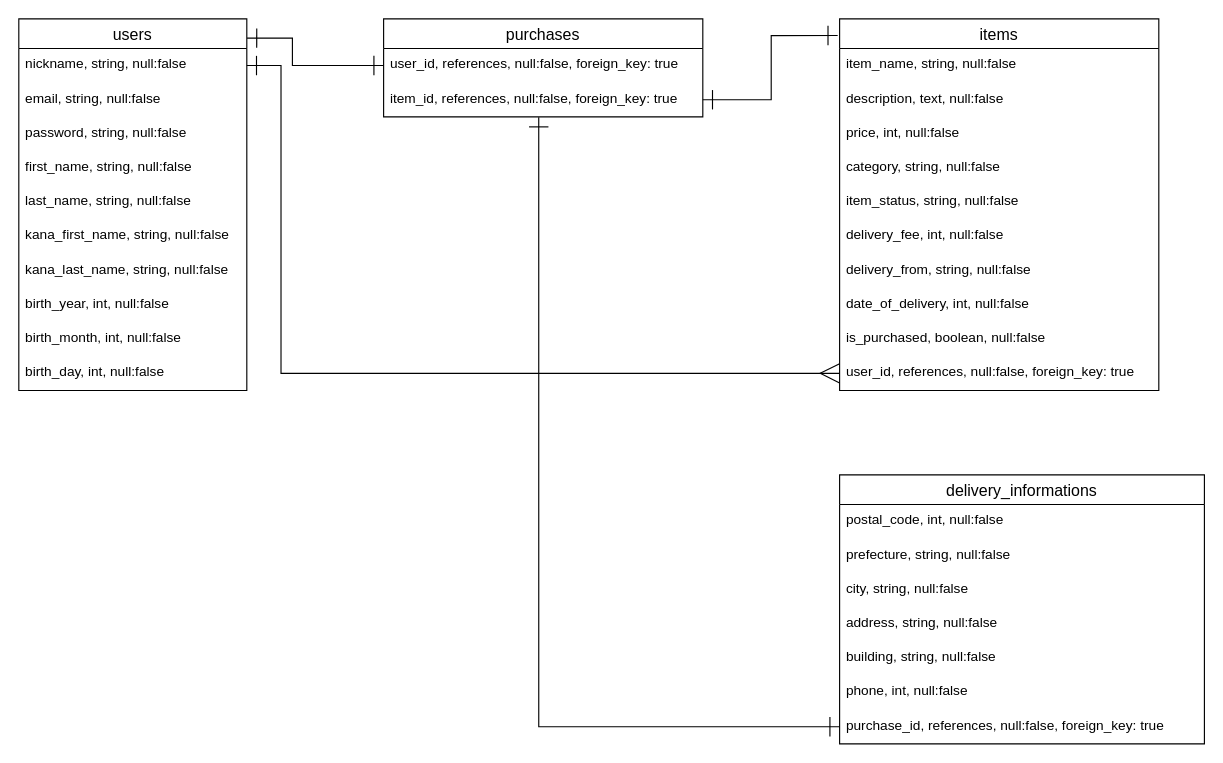
The draw.io diagram database_ER.dio in tomo1107/furima-35073, before the edit. Source tidied: cells renumbered, new cells numbered last; positions are measured from the earlier drawing's top-left corner, leaving out a move shared by most shapes. Both pictures are drawn from the tidied source at 114%, with x=0, y=0 at pixel (18, 18).
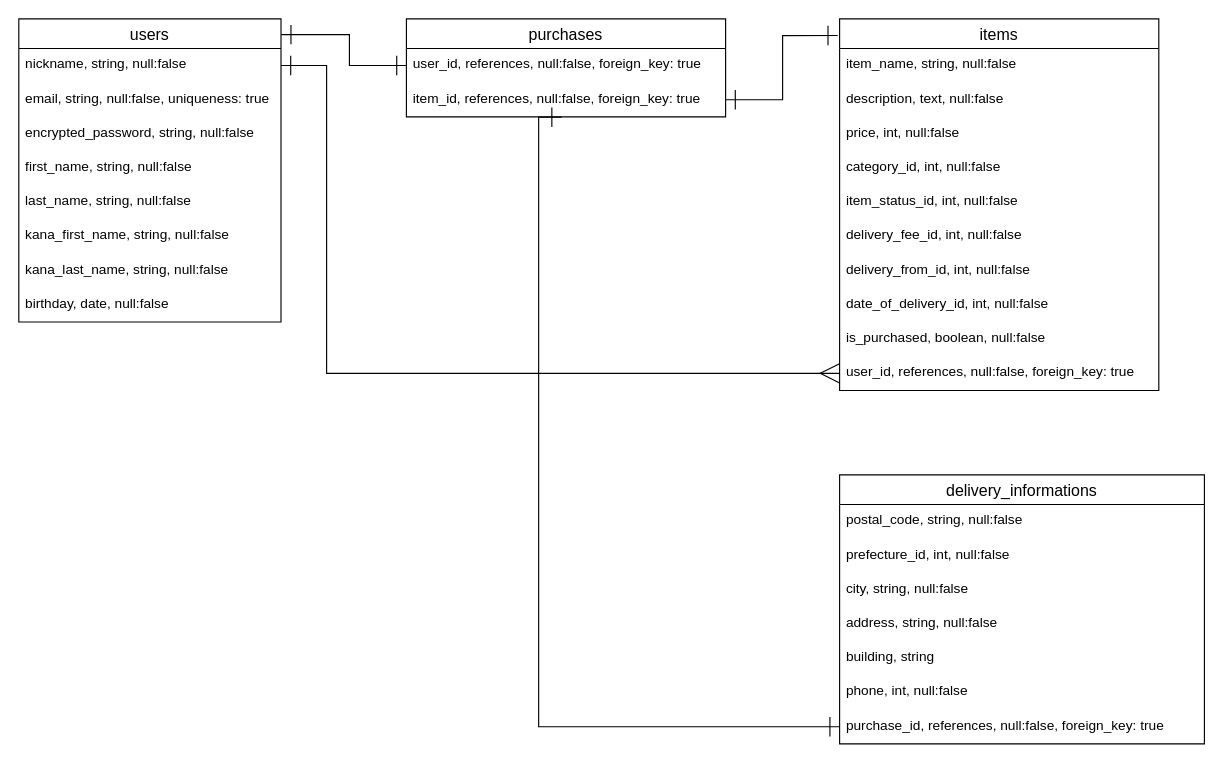
The same diagram, later.

The change refers to these unchanged cells:
```xml
<mxCell id="2" value="items" style="swimlane;fontStyle=0;horizontal=1;startSize=26;align=center;fontSize=14;" parent="1" vertex="1">
  <mxGeometry x="720" width="280" height="326" as="geometry" />
</mxCell>
<mxCell id="12" value="user_id, references, null:false, foreign_key: true" style="text;strokeColor=none;fillColor=none;spacingLeft=4;spacingRight=4;overflow=hidden;points=[[0,0.5],[1,0.5]];portConstraint=eastwest;fontSize=12;" parent="2" vertex="1">
  <mxGeometry y="296" width="280" height="30" as="geometry" />
</mxCell>
<mxCell id="24" value="delivery_informations" style="swimlane;fontStyle=0;horizontal=1;startSize=26;align=center;fontSize=14;" parent="1" vertex="1">
  <mxGeometry x="720" y="400" width="320" height="236" as="geometry" />
</mxCell>
<mxCell id="37" value="user_id, references, null:false, foreign_key: true" style="text;strokeColor=none;fillColor=none;spacingLeft=4;spacingRight=4;overflow=hidden;points=[[0,0.5],[1,0.5]];portConstraint=eastwest;fontSize=12;" parent="36" vertex="1">
  <mxGeometry y="26" width="280" height="30" as="geometry" />
</mxCell>
```

Diff of the diagram source:
```diff
@@
-    <mxCell id="6" value="category, string, null:false" style="text;strokeColor=none;fillColor=none;spacingLeft=4;spacingRight=4;overflow=hidden;fontSize=12;" parent="2" vertex="1">
+    <mxCell id="6" value="category_id, int, null:false" style="text;strokeColor=none;fillColor=none;spacingLeft=4;spacingRight=4;overflow=hidden;fontSize=12;" parent="2" vertex="1">
       <mxGeometry y="116" width="280" height="30" as="geometry" />
     </mxCell>
-    <mxCell id="7" value="item_status, string, null:false" style="text;strokeColor=none;fillColor=none;spacingLeft=4;spacingRight=4;overflow=hidden;fontSize=12;" parent="2" vertex="1">
+    <mxCell id="7" value="item_status_id, int, null:false" style="text;strokeColor=none;fillColor=none;spacingLeft=4;spacingRight=4;overflow=hidden;fontSize=12;" parent="2" vertex="1">
       <mxGeometry y="146" width="280" height="30" as="geometry" />
     </mxCell>
-    <mxCell id="8" value="delivery_fee, int, null:false" style="text;strokeColor=none;fillColor=none;spacingLeft=4;spacingRight=4;overflow=hidden;fontSize=12;" parent="2" vertex="1">
+    <mxCell id="8" value="delivery_fee_id, int, null:false" style="text;strokeColor=none;fillColor=none;spacingLeft=4;spacingRight=4;overflow=hidden;fontSize=12;" parent="2" vertex="1">
       <mxGeometry y="176" width="280" height="30" as="geometry" />
     </mxCell>
-    <mxCell id="9" value="delivery_from, string, null:false" style="text;strokeColor=none;fillColor=none;spacingLeft=4;spacingRight=4;overflow=hidden;fontSize=12;" parent="2" vertex="1">
+    <mxCell id="9" value="delivery_from_id, int, null:false" style="text;strokeColor=none;fillColor=none;spacingLeft=4;spacingRight=4;overflow=hidden;fontSize=12;" parent="2" vertex="1">
       <mxGeometry y="206" width="280" height="30" as="geometry" />
     </mxCell>
-    <mxCell id="10" value="date_of_delivery, int, null:false" style="text;strokeColor=none;fillColor=none;spacingLeft=4;spacingRight=4;overflow=hidden;fontSize=12;" parent="2" vertex="1">
+    <mxCell id="10" value="date_of_delivery_id, int, null:false" style="text;strokeColor=none;fillColor=none;spacingLeft=4;spacingRight=4;overflow=hidden;fontSize=12;" parent="2" vertex="1">
       <mxGeometry y="236" width="280" height="30" as="geometry" />
     </mxCell>
@@
     <mxCell id="13" value="users" style="swimlane;fontStyle=0;horizontal=1;startSize=26;align=center;fontSize=14;" parent="1" vertex="1">
-      <mxGeometry width="200" height="326" as="geometry" />
+      <mxGeometry width="230" height="266" as="geometry" />
     </mxCell>
     <mxCell id="14" value="nickname, string, null:false" style="text;strokeColor=none;fillColor=none;spacingLeft=4;spacingRight=4;overflow=hidden;points=[[0,0.5],[1,0.5]];portConstraint=eastwest;fontSize=12;" parent="13" vertex="1">
-      <mxGeometry y="26" width="200" height="30" as="geometry" />
+      <mxGeometry y="26" width="230" height="30" as="geometry" />
     </mxCell>
-    <mxCell id="15" value="email, string, null:false" style="text;strokeColor=none;fillColor=none;spacingLeft=4;spacingRight=4;overflow=hidden;fontSize=12;" parent="13" vertex="1">
-      <mxGeometry y="56" width="200" height="30" as="geometry" />
+    <mxCell id="15" value="email, string, null:false, uniqueness: true" style="text;strokeColor=none;fillColor=none;spacingLeft=4;spacingRight=4;overflow=hidden;fontSize=12;" parent="13" vertex="1">
+      <mxGeometry y="56" width="230" height="30" as="geometry" />
     </mxCell>
-    <mxCell id="16" value="password, string, null:false" style="text;strokeColor=none;fillColor=none;spacingLeft=4;spacingRight=4;overflow=hidden;fontSize=12;" parent="13" vertex="1">
-      <mxGeometry y="86" width="200" height="30" as="geometry" />
+    <mxCell id="16" value="encrypted_password, string, null:false" style="text;strokeColor=none;fillColor=none;spacingLeft=4;spacingRight=4;overflow=hidden;fontSize=12;" parent="13" vertex="1">
+      <mxGeometry y="86" width="230" height="30" as="geometry" />
     </mxCell>
     <mxCell id="17" value="first_name, string, null:false" style="text;strokeColor=none;fillColor=none;spacingLeft=4;spacingRight=4;overflow=hidden;fontSize=12;" parent="13" vertex="1">
-      <mxGeometry y="116" width="200" height="30" as="geometry" />
+      <mxGeometry y="116" width="230" height="30" as="geometry" />
     </mxCell>
     <mxCell id="18" value="last_name, string, null:false" style="text;strokeColor=none;fillColor=none;spacingLeft=4;spacingRight=4;overflow=hidden;fontSize=12;" parent="13" vertex="1">
-      <mxGeometry y="146" width="200" height="30" as="geometry" />
+      <mxGeometry y="146" width="230" height="30" as="geometry" />
     </mxCell>
     <mxCell id="19" value="kana_first_name, string, null:false" style="text;strokeColor=none;fillColor=none;spacingLeft=4;spacingRight=4;overflow=hidden;fontSize=12;" parent="13" vertex="1">
-      <mxGeometry y="176" width="200" height="30" as="geometry" />
+      <mxGeometry y="176" width="230" height="30" as="geometry" />
     </mxCell>
     <mxCell id="20" value="kana_last_name, string, null:false" style="text;strokeColor=none;fillColor=none;spacingLeft=4;spacingRight=4;overflow=hidden;fontSize=12;" parent="13" vertex="1">
-      <mxGeometry y="206" width="200" height="30" as="geometry" />
+      <mxGeometry y="206" width="230" height="30" as="geometry" />
     </mxCell>
-    <mxCell id="21" value="birth_year, int, null:false" style="text;strokeColor=none;fillColor=none;spacingLeft=4;spacingRight=4;overflow=hidden;fontSize=12;" parent="13" vertex="1">
-      <mxGeometry y="236" width="200" height="30" as="geometry" />
-    </mxCell>
-    <mxCell id="22" value="birth_month, int, null:false" style="text;strokeColor=none;fillColor=none;spacingLeft=4;spacingRight=4;overflow=hidden;fontSize=12;" parent="13" vertex="1">
-      <mxGeometry y="266" width="200" height="30" as="geometry" />
-    </mxCell>
-    <mxCell id="23" value="birth_day, int, null:false" style="text;strokeColor=none;fillColor=none;spacingLeft=4;spacingRight=4;overflow=hidden;fontSize=12;" parent="13" vertex="1">
-      <mxGeometry y="296" width="200" height="30" as="geometry" />
+    <mxCell id="23" value="birthday, date, null:false" style="text;strokeColor=none;fillColor=none;spacingLeft=4;spacingRight=4;overflow=hidden;fontSize=12;" parent="13" vertex="1">
+      <mxGeometry y="236" width="230" height="30" as="geometry" />
     </mxCell>
@@
-    <mxCell id="25" value="postal_code, int, null:false" style="text;strokeColor=none;fillColor=none;spacingLeft=4;spacingRight=4;overflow=hidden;fontSize=12;" parent="24" vertex="1">
+    <mxCell id="25" value="postal_code, string, null:false" style="text;strokeColor=none;fillColor=none;spacingLeft=4;spacingRight=4;overflow=hidden;fontSize=12;" parent="24" vertex="1">
       <mxGeometry y="26" width="320" height="30" as="geometry" />
     </mxCell>
-    <mxCell id="26" value="prefecture, string, null:false" style="text;strokeColor=none;fillColor=none;spacingLeft=4;spacingRight=4;overflow=hidden;fontSize=12;" parent="24" vertex="1">
+    <mxCell id="26" value="prefecture_id, int, null:false" style="text;strokeColor=none;fillColor=none;spacingLeft=4;spacingRight=4;overflow=hidden;fontSize=12;" parent="24" vertex="1">
       <mxGeometry y="56" width="320" height="30" as="geometry" />
     </mxCell>
@@
-    <mxCell id="29" value="building, string, null:false" style="text;strokeColor=none;fillColor=none;spacingLeft=4;spacingRight=4;overflow=hidden;fontSize=12;" parent="24" vertex="1">
+    <mxCell id="29" value="building, string" style="text;strokeColor=none;fillColor=none;spacingLeft=4;spacingRight=4;overflow=hidden;fontSize=12;" parent="24" vertex="1">
       <mxGeometry y="146" width="320" height="30" as="geometry" />
     </mxCell>
@@
     <mxCell id="32" style="endArrow=ERmany;html=1;rounded=0;entryX=0;entryY=0.5;entryDx=0;entryDy=0;edgeStyle=orthogonalEdgeStyle;startArrow=ERone;startFill=0;endFill=0;endSize=15;startSize=15;targetPerimeterSpacing=0;exitX=1;exitY=0.5;exitDx=0;exitDy=0;" parent="1" edge="1" source="14" target="12">
       <mxGeometry relative="1" as="geometry">
         <Array as="points">
-          <mxPoint x="230" y="41" />
-          <mxPoint x="230" y="311" />
+          <mxPoint x="270" y="41" />
+          <mxPoint x="270" y="311" />
         </Array>
       </mxGeometry>
     </mxCell>
@@
     <mxCell id="34" style="endArrow=ERone;html=1;rounded=0;edgeStyle=orthogonalEdgeStyle;startArrow=ERone;startFill=0;endFill=0;endSize=15;startSize=15;exitX=1.001;exitY=0.052;exitDx=0;exitDy=0;entryX=0;entryY=0.5;entryDx=0;entryDy=0;exitPerimeter=0;" parent="1" edge="1" source="13" target="37">
       <mxGeometry relative="1" as="geometry">
         <Array as="points">
-          <mxPoint x="240" y="17" />
-          <mxPoint x="240" y="41" />
+          <mxPoint x="290" y="14" />
+          <mxPoint x="290" y="41" />
         </Array>
       </mxGeometry>
     </mxCell>
@@
     <mxCell id="36" value="purchases" style="swimlane;fontStyle=0;horizontal=1;startSize=26;align=center;fontSize=14;" parent="1" vertex="1">
-      <mxGeometry x="320" width="280" height="86" as="geometry" />
+      <mxGeometry x="340" width="280" height="86" as="geometry" />
     </mxCell>
```
